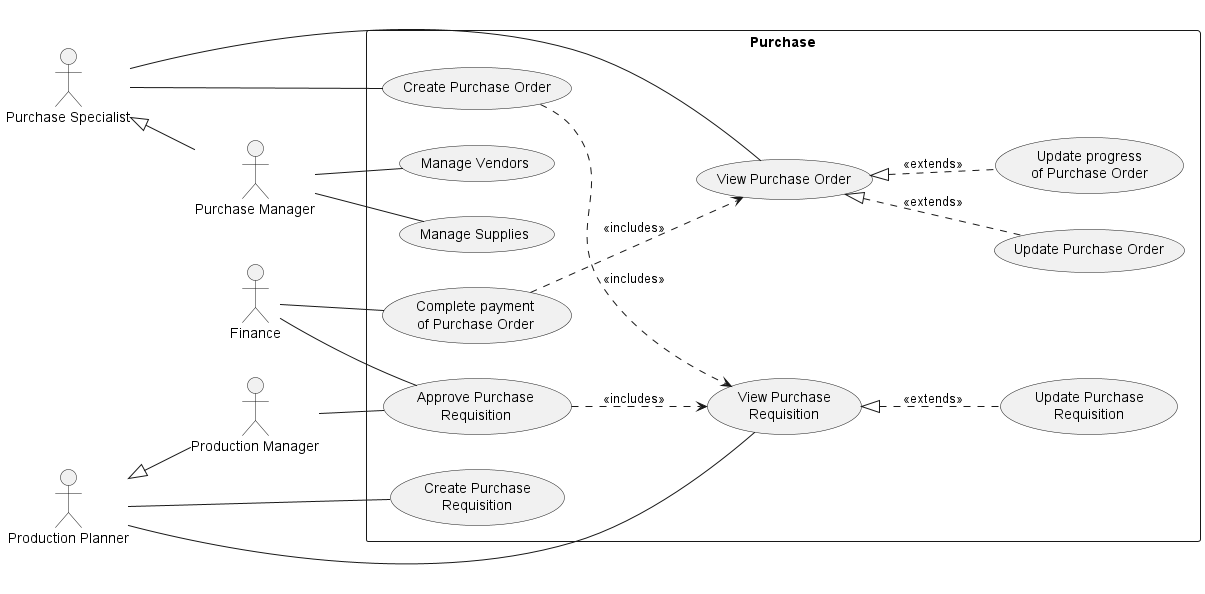
phihungha/scmss-reqs keeps this PlantUML diagram as use-cases/purchase.png. Above is the earlier version.
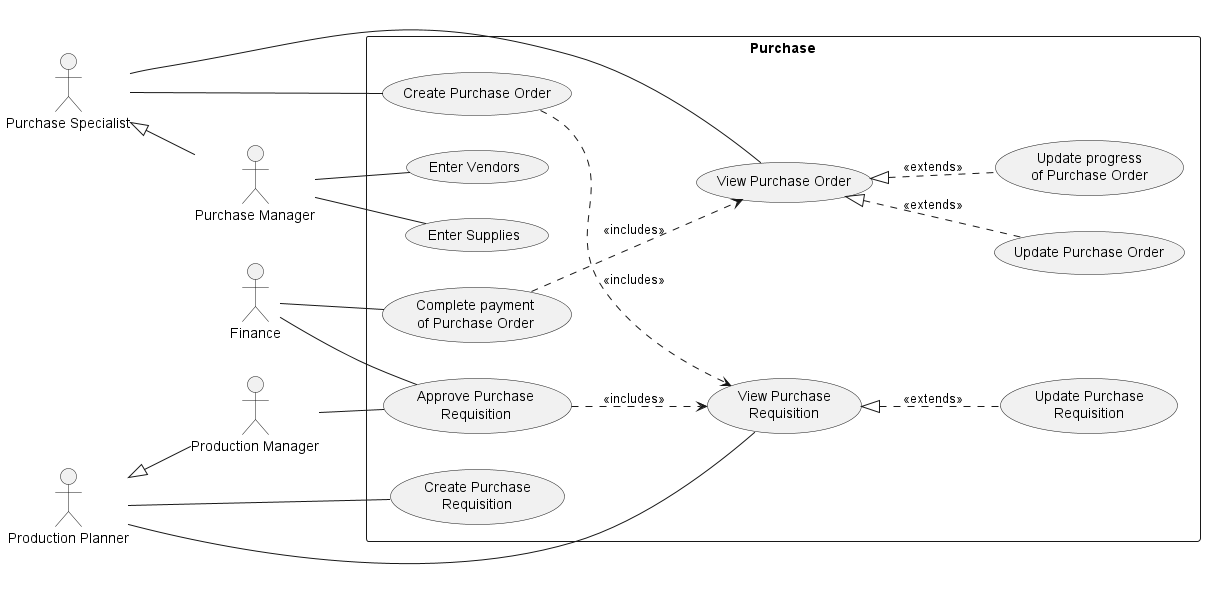
After the change.

The edit, as a diff of the source:
```diff
@@ -27,7 +27,7 @@
     f -- (Complete payment\nof Purchase Order)
     (Complete payment\nof Purchase Order) ..> (View Purchase Order) : <<includes>>
 
-    pm -- (Manage Vendors)
-    pm -- (Manage Supplies)
+    pm -- (Enter Vendors)
+    pm -- (Enter Supplies)
 }
 @enduml
```
